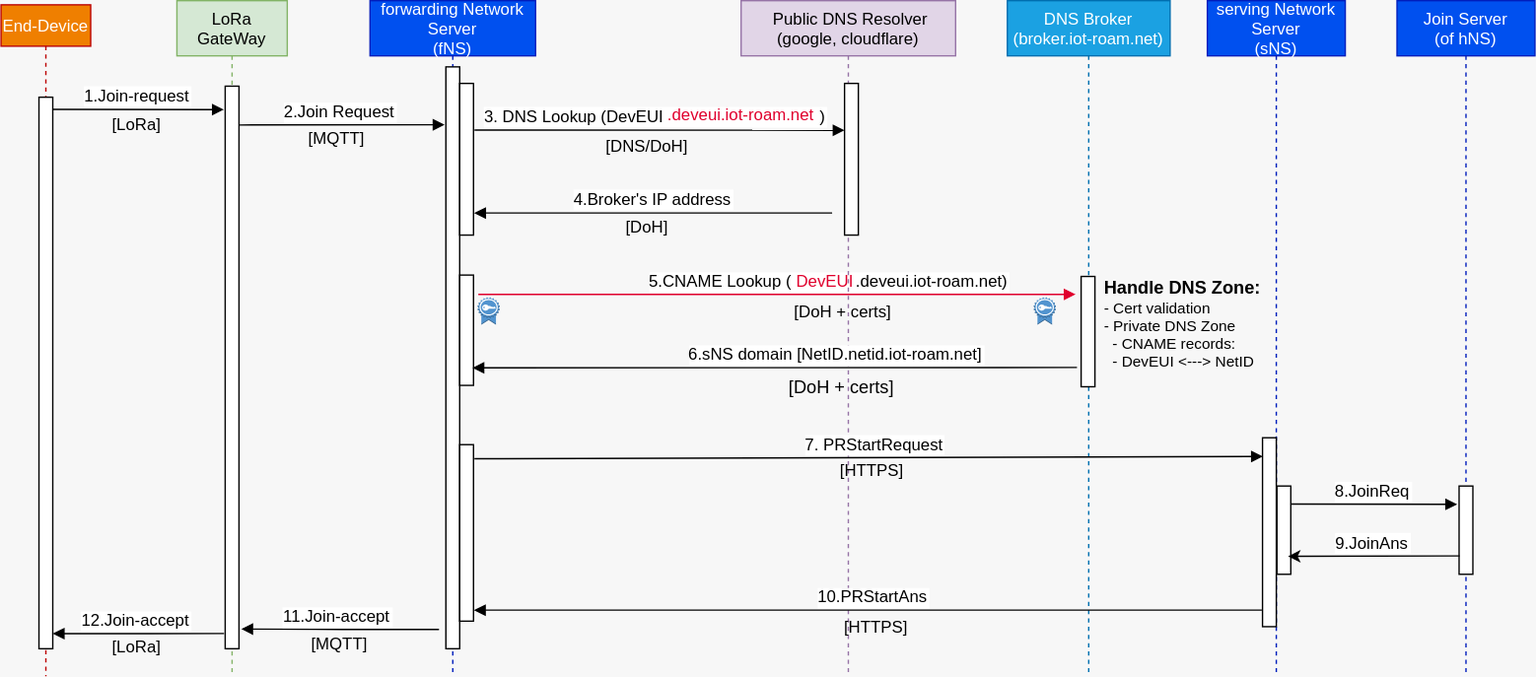
Before: images/echange.svg, a diagram exported from draw.io (MarinoMtz/LoRaWAN-Roaming-Tutorial). Source tidied: cells renumbered, new cells last; positions are measured from the earlier drawing's top-left corner, leaving out a move shared by most shapes.
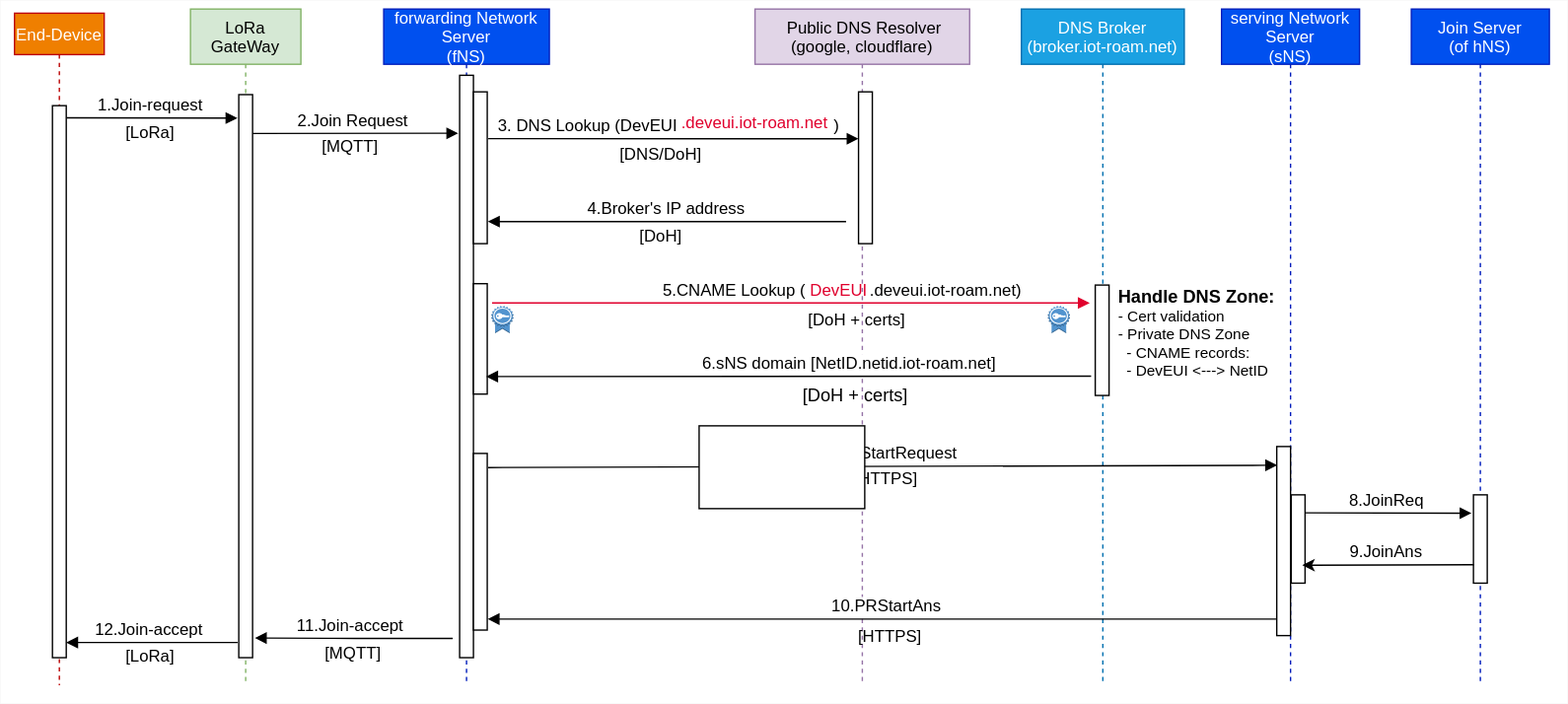
Later version of the same file.

Change to the diagram source:
```diff
@@ -2,6 +2,9 @@
   <root>
     <mxCell id="0" />
     <mxCell id="1" parent="0" />
+    <mxCell id="47" style="rounded=0;whiteSpace=wrap;html=1;strokeColor=none;" parent="1" vertex="1">
+      <mxGeometry x="-10" y="-6" width="1135" height="509" as="geometry" />
+    </mxCell>
     <mxCell id="2" value="5.CNAME Lookup (              .deveui.iot-roam.net)" style="verticalAlign=bottom;endArrow=block;shadow=0;strokeWidth=1;exitX=1.45;exitY=0.175;exitDx=0;exitDy=0;exitPerimeter=0;fontSize=12;strokeColor=#E0002D;" parent="1" edge="1">
       <mxGeometry x="0.17" relative="1" as="geometry">
         <mxPoint x="346" y="213" as="sourcePoint" />
@@ -164,5 +167,8 @@
         <mxPoint x="933" y="403" as="sourcePoint" />
       </mxGeometry>
     </mxCell>
+    <mxCell id="48" style="rounded=0;whiteSpace=wrap;html=1;" parent="1" vertex="1">
+      <mxGeometry x="496" y="302" width="120" height="60" as="geometry" />
+    </mxCell>
   </root>
 </mxGraphModel>
```
